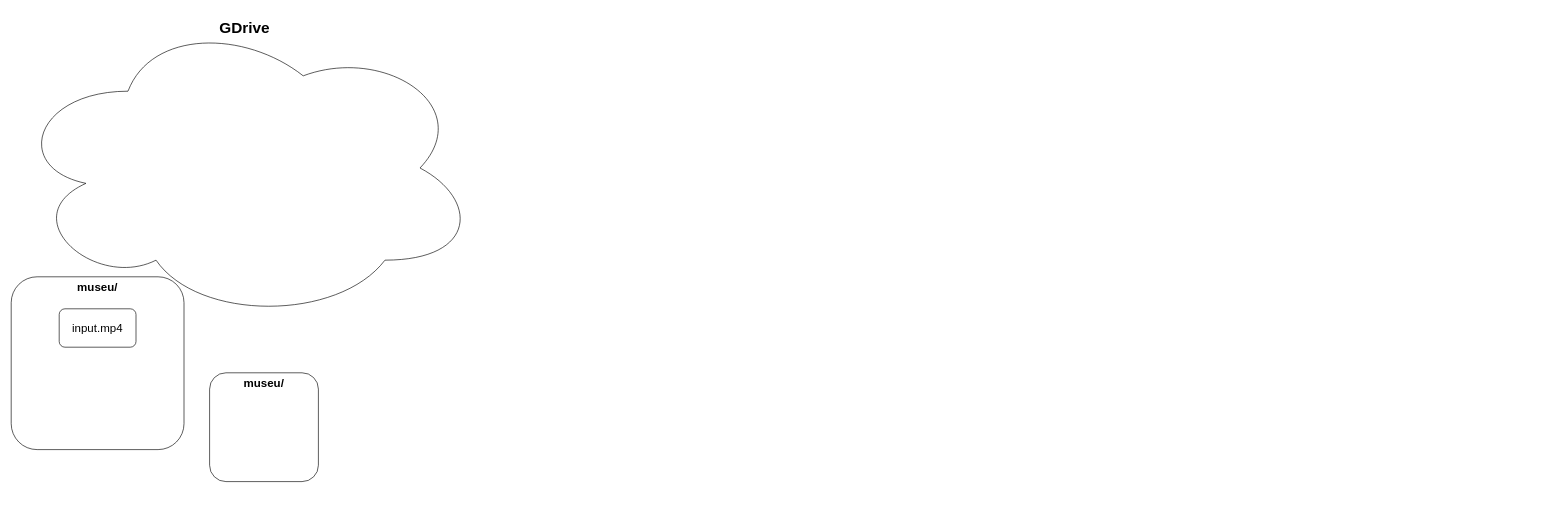
Above: Diagrama sem nome.drawio in jrafaelrn/museu (draw.io), before the change. Source tidied: cells renumbered, new cells numbered last; positions are measured from the earlier drawing's top-left corner, leaving out a move shared by most shapes. Both pictures are drawn from the tidied source at 64%, with x=0, y=0 at pixel (11, 14).
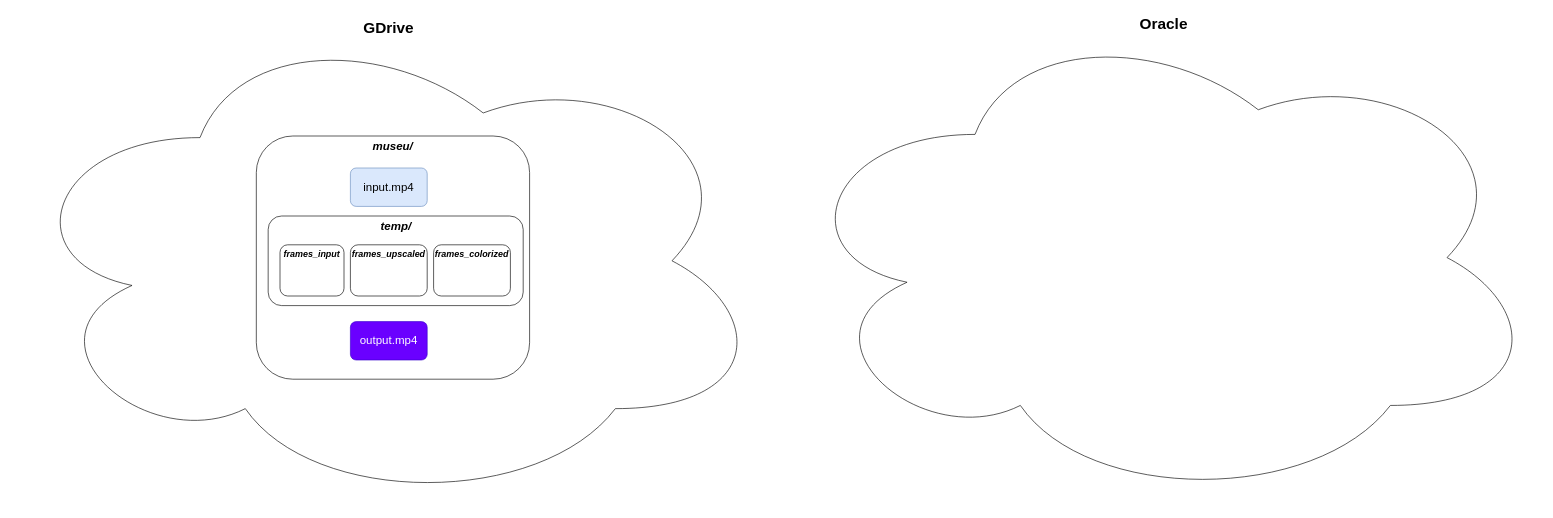
After the change.

What changed in the source:
```diff
@@
 <mxGraphModel>
   <root>
     <mxCell id="0" />
     <mxCell id="1" parent="0" />
+    <mxCell id="4" value="GDrive" style="ellipse;shape=cloud;whiteSpace=wrap;html=1;rounded=1;fontSize=24;horizontal=1;verticalAlign=top;fontStyle=1;" parent="1" vertex="1">
+      <mxGeometry width="1180" height="770" as="geometry" />
+    </mxCell>
-    <mxCell id="2" value="museu/" style="whiteSpace=wrap;html=1;rounded=1;verticalAlign=top;fontSize=18;fontStyle=1;" parent="1" vertex="1">
-      <mxGeometry y="410" width="270" height="270" as="geometry" />
+    <mxCell id="2" value="museu/" style="whiteSpace=wrap;html=1;rounded=1;verticalAlign=top;fontSize=18;fontStyle=3;" parent="1" vertex="1">
+      <mxGeometry x="383" y="190" width="427" height="380" as="geometry" />
     </mxCell>
-    <mxCell id="3" value="input.mp4" style="rounded=1;whiteSpace=wrap;html=1;fontSize=18;" parent="1" vertex="1">
-      <mxGeometry x="75" y="460" width="120" height="60" as="geometry" />
+    <mxCell id="3" value="input.mp4" style="rounded=1;whiteSpace=wrap;html=1;fontSize=18;fillColor=#dae8fc;strokeColor=#6c8ebf;" parent="1" vertex="1">
+      <mxGeometry x="530" y="240" width="120" height="60" as="geometry" />
     </mxCell>
-    <mxCell id="4" value="GDrive" style="ellipse;shape=cloud;whiteSpace=wrap;html=1;rounded=1;fontSize=24;horizontal=1;verticalAlign=top;fontStyle=1;" parent="1" vertex="1">
-      <mxGeometry width="730" height="480" as="geometry" />
-    </mxCell>
-    <mxCell id="5" value="museu/" style="whiteSpace=wrap;html=1;rounded=1;verticalAlign=top;fontSize=18;fontStyle=1;" parent="1" vertex="1">
-      <mxGeometry x="310" y="560" width="170" height="170" as="geometry" />
+    <mxCell id="5" value="temp/" style="whiteSpace=wrap;html=1;rounded=1;verticalAlign=top;fontSize=18;fontStyle=3;" parent="1" vertex="1">
+      <mxGeometry x="401.5" y="315" width="398.5" height="140" as="geometry" />
     </mxCell>
+    <mxCell id="6" value="frames_input" style="whiteSpace=wrap;html=1;rounded=1;verticalAlign=top;fontSize=14;fontStyle=3;" parent="1" vertex="1">
+      <mxGeometry x="420" y="360" width="100" height="80" as="geometry" />
+    </mxCell>
+    <mxCell id="7" value="frames_upscaled" style="whiteSpace=wrap;html=1;rounded=1;verticalAlign=top;fontSize=14;fontStyle=3;" parent="1" vertex="1">
+      <mxGeometry x="530" y="360" width="120" height="80" as="geometry" />
+    </mxCell>
+    <mxCell id="8" value="frames_colorized" style="whiteSpace=wrap;html=1;rounded=1;verticalAlign=top;fontSize=14;fontStyle=3;" parent="1" vertex="1">
+      <mxGeometry x="660" y="360" width="120" height="80" as="geometry" />
+    </mxCell>
+    <mxCell id="9" value="output.mp4" style="rounded=1;whiteSpace=wrap;html=1;fontSize=18;fillColor=#6a00ff;strokeColor=#3700CC;fontColor=#ffffff;" parent="1" vertex="1">
+      <mxGeometry x="530" y="480" width="120" height="60" as="geometry" />
+    </mxCell>
+    <mxCell id="10" value="Oracle" style="ellipse;shape=cloud;whiteSpace=wrap;html=1;rounded=1;fontSize=24;horizontal=1;verticalAlign=top;fontStyle=1;" parent="1" vertex="1">
+      <mxGeometry x="1211" y="-5" width="1180" height="770" as="geometry" />
+    </mxCell>
   </root>
 </mxGraphModel>
```
